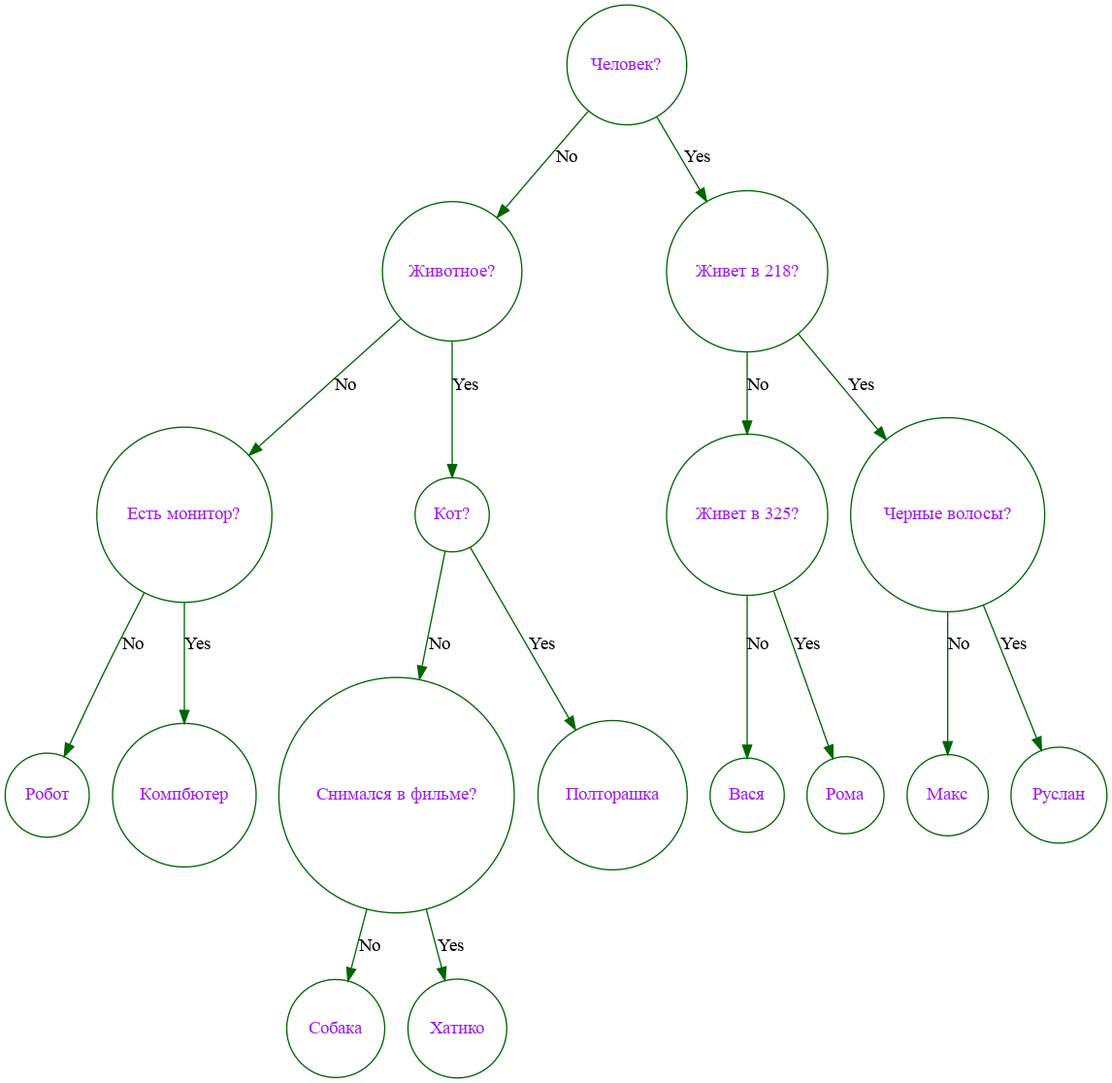
Earlier version of the Graphviz export GraphViz/base_dump.png (Stan1slavssKy/Akinator). Its source is kept beside it as GraphViz/base_dump.dot.
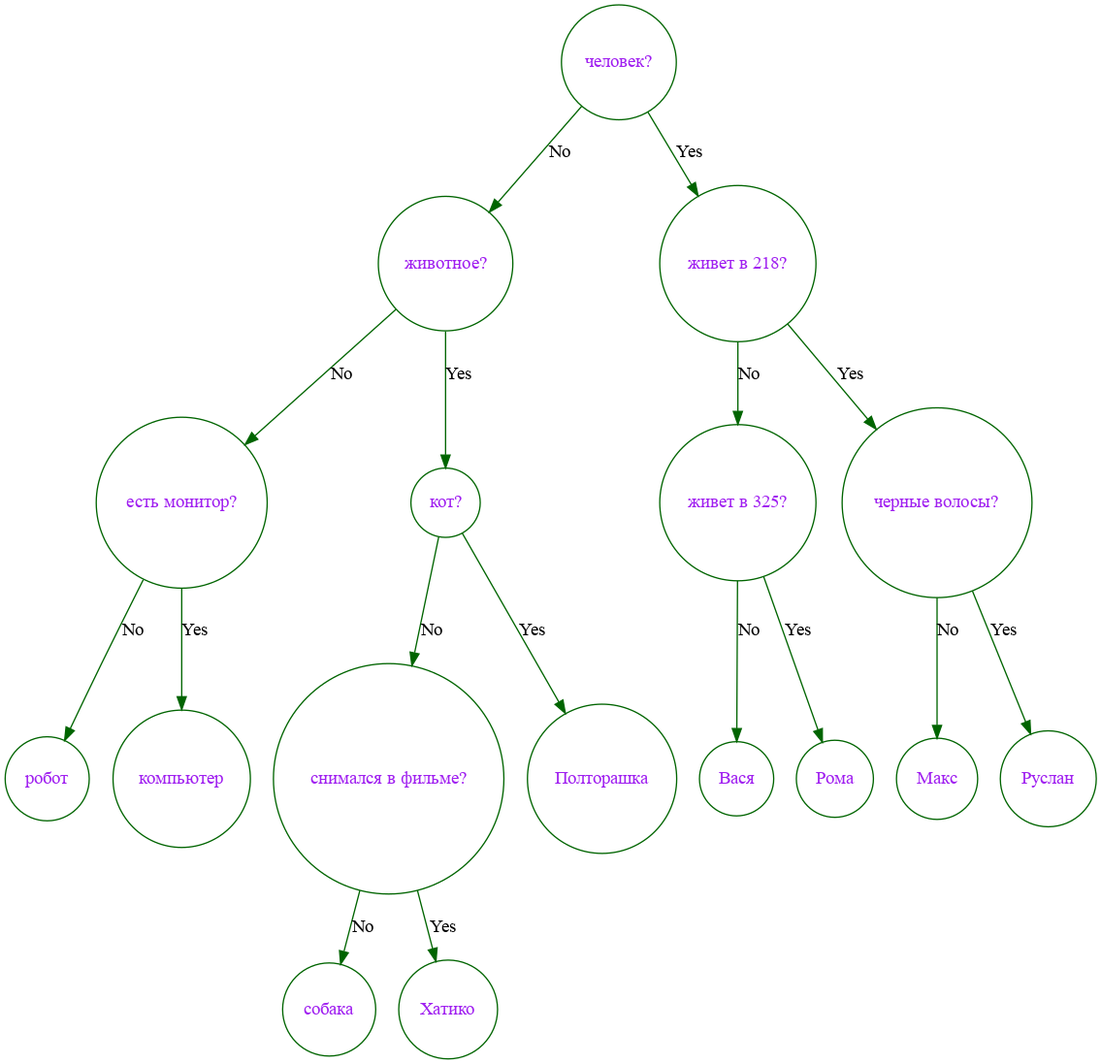
Above is the later version.

Change to the diagram source:
```diff
@@ -3,20 +3,20 @@
 		node [shape = "circle", color = "darkgreen", fontcolor = "purple"];
 		edge [color = "darkgreen"];
 
-		"Человек?" -> "Животное?"[label = "No"];
-		"Человек?" -> "Живет в 218?"[label = "Yes"];
-		"Живет в 218?" -> "Живет в 325?"[label = "No"];
-		"Живет в 218?" -> "Черные волосы?"[label = "Yes"];
-		"Черные волосы?" -> "Макс"[label = "No"];
-		"Черные волосы?" -> "Руслан"[label = "Yes"];
-		"Живет в 325?" -> "Вася"[label = "No"];
-		"Живет в 325?" -> "Рома"[label = "Yes"];
-		"Животное?" -> "Есть монитор?"[label = "No"];
-		"Животное?" -> "Кот?"[label = "Yes"];
-		"Кот?" -> "Снимался в фильме?"[label = "No"];
-		"Кот?" -> "Полторашка"[label = "Yes"];
-		"Снимался в фильме?" -> "Собака"[label = "No"];
-		"Снимался в фильме?" -> "Хатико"[label = "Yes"];
-		"Есть монитор?" -> "Робот"[label = "No"];
-		"Есть монитор?" -> "Компбютер"[label = "Yes"];
+		"человек?" -> "животное?"[label = "No"];
+		"человек?" -> "живет в 218?"[label = "Yes"];
+		"живет в 218?" -> "живет в 325?"[label = "No"];
+		"живет в 218?" -> "черные волосы?"[label = "Yes"];
+		"черные волосы?" -> "Макс"[label = "No"];
+		"черные волосы?" -> "Руслан"[label = "Yes"];
+		"живет в 325?" -> "Вася"[label = "No"];
+		"живет в 325?" -> "Рома"[label = "Yes"];
+		"животное?" -> "есть монитор?"[label = "No"];
+		"животное?" -> "кот?"[label = "Yes"];
+		"кот?" -> "снимался в фильме?"[label = "No"];
+		"кот?" -> "Полторашка"[label = "Yes"];
+		"снимался в фильме?" -> "собака"[label = "No"];
+		"снимался в фильме?" -> "Хатико"[label = "Yes"];
+		"есть монитор?" -> "робот"[label = "No"];
+		"есть монитор?" -> "компьютер"[label = "Yes"];
 }
```
